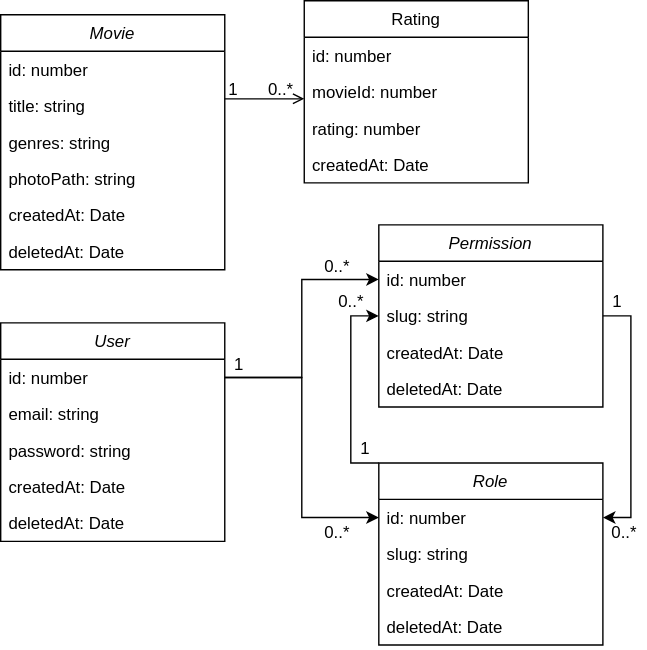
Before: classes_diagram.svg, a diagram exported from draw.io (axellbrendow/movies-loopback). Source tidied: cells renumbered, new cells last; positions are measured from the earlier drawing's top-left corner, leaving out a move shared by most shapes.
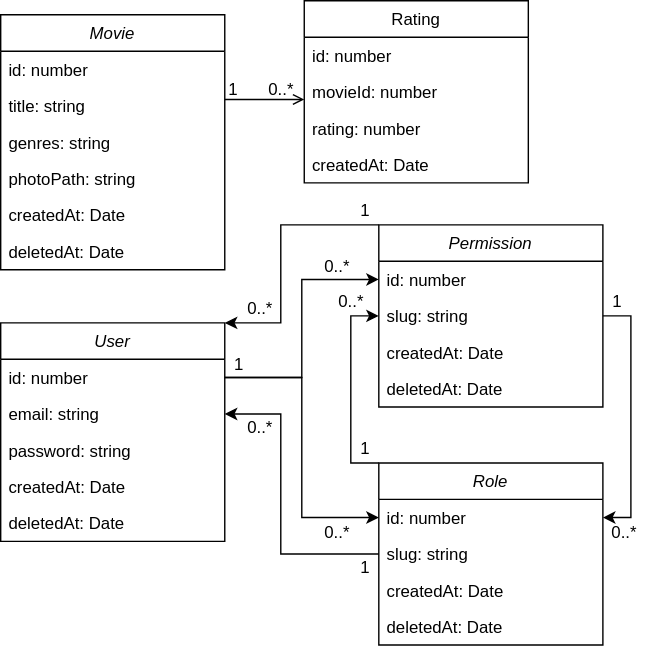
The same diagram one commit later.

Commit message:
Update classes diagram

- add n to n relation between user and role
- add n to n relation between user and permission

What changed in the source:
```diff
@@ -71,7 +71,7 @@
     <mxCell id="22" value="deletedAt: Date" style="text;align=left;verticalAlign=top;spacingLeft=4;spacingRight=4;overflow=hidden;rounded=0;shadow=0;html=0;" parent="17" vertex="1">
       <mxGeometry y="130" width="160" height="26" as="geometry" />
     </mxCell>
-    <mxCell id="23" style="edgeStyle=orthogonalEdgeStyle;rounded=0;jettySize=auto;html=1;exitX=0;exitY=0;exitDx=0;exitDy=0;entryX=0;entryY=0.5;entryDx=0;entryDy=0;" parent="1" edge="1" source="24" target="31">
+    <mxCell id="23" style="edgeStyle=orthogonalEdgeStyle;rounded=0;jettySize=auto;html=1;exitX=0;exitY=0;exitDx=0;exitDy=0;entryX=0;entryY=0.5;entryDx=0;entryDy=0;" parent="1" edge="1" source="24" target="32">
       <mxGeometry relative="1" as="geometry">
         <Array as="points">
           <mxPoint x="250" y="330" />
@@ -94,50 +94,78 @@
     <mxCell id="28" value="deletedAt: Date" style="text;align=left;verticalAlign=top;spacingLeft=4;spacingRight=4;overflow=hidden;rounded=0;shadow=0;html=0;" parent="24" vertex="1">
       <mxGeometry y="104" width="160" height="26" as="geometry" />
     </mxCell>
-    <mxCell id="29" value="Permission" style="swimlane;fontStyle=2;align=center;verticalAlign=top;horizontal=1;startSize=26;rounded=0;shadow=0;strokeWidth=1;" parent="1" vertex="1">
-      <mxGeometry x="270" y="160" width="160" height="130" as="geometry" />
+    <mxCell id="29" style="edgeStyle=orthogonalEdgeStyle;rounded=0;jettySize=auto;html=1;exitX=0;exitY=0;exitDx=0;exitDy=0;entryX=1;entryY=0;entryDx=0;entryDy=0;" parent="1" edge="1" source="30" target="17">
+      <mxGeometry relative="1" as="geometry">
+        <Array as="points">
+          <mxPoint x="200" y="160" />
+          <mxPoint x="200" y="230" />
+        </Array>
+      </mxGeometry>
     </mxCell>
-    <mxCell id="30" value="id: number" style="text;align=left;verticalAlign=top;spacingLeft=4;spacingRight=4;overflow=hidden;points=[[0,0.5],[1,0.5]];portConstraint=eastwest;" parent="29" vertex="1">
-      <mxGeometry y="26" width="160" height="26" as="geometry" />
+    <mxCell id="30" value="Permission" style="swimlane;fontStyle=2;align=center;verticalAlign=top;horizontal=1;startSize=26;rounded=0;shadow=0;strokeWidth=1;" parent="1" vertex="1">
+      <mxGeometry x="270" y="160" width="160" height="130" as="geometry" />
     </mxCell>
-    <mxCell id="31" value="slug: string" style="text;align=left;verticalAlign=top;spacingLeft=4;spacingRight=4;overflow=hidden;points=[[0,0.5],[1,0.5]];portConstraint=eastwest;rounded=0;shadow=0;html=0;" parent="29" vertex="1">
-      <mxGeometry y="52" width="160" height="26" as="geometry" />
+    <mxCell id="31" value="id: number" style="text;align=left;verticalAlign=top;spacingLeft=4;spacingRight=4;overflow=hidden;points=[[0,0.5],[1,0.5]];portConstraint=eastwest;" parent="30" vertex="1">
+      <mxGeometry y="26" width="160" height="26" as="geometry" />
     </mxCell>
-    <mxCell id="32" value="createdAt: Date" style="text;align=left;verticalAlign=top;spacingLeft=4;spacingRight=4;overflow=hidden;points=[[0,0.5],[1,0.5]];portConstraint=eastwest;rounded=0;shadow=0;html=0;" parent="29" vertex="1">
-      <mxGeometry y="78" width="160" height="26" as="geometry" />
+    <mxCell id="32" value="slug: string" style="text;align=left;verticalAlign=top;spacingLeft=4;spacingRight=4;overflow=hidden;points=[[0,0.5],[1,0.5]];portConstraint=eastwest;rounded=0;shadow=0;html=0;" parent="30" vertex="1">
+      <mxGeometry y="52" width="160" height="26" as="geometry" />
     </mxCell>
-    <mxCell id="33" value="deletedAt: Date" style="text;align=left;verticalAlign=top;spacingLeft=4;spacingRight=4;overflow=hidden;rounded=0;shadow=0;html=0;" parent="29" vertex="1">
-      <mxGeometry y="104" width="160" height="26" as="geometry" />
+    <mxCell id="33" value="createdAt: Date" style="text;align=left;verticalAlign=top;spacingLeft=4;spacingRight=4;overflow=hidden;rounded=0;shadow=0;html=0;" parent="30" vertex="1">
+      <mxGeometry y="78" width="160" height="26" as="geometry" />
     </mxCell>
-    <mxCell id="34" style="edgeStyle=orthogonalEdgeStyle;rounded=0;jettySize=auto;html=1;entryX=0;entryY=0.5;entryDx=0;entryDy=0;" parent="1" edge="1" source="18" target="25">
-      <mxGeometry relative="1" as="geometry" />
+    <mxCell id="34" value="deletedAt: Date" style="text;align=left;verticalAlign=top;spacingLeft=4;spacingRight=4;overflow=hidden;rounded=0;shadow=0;html=0;" parent="30" vertex="1">
+      <mxGeometry y="104" width="160" height="26" as="geometry" />
     </mxCell>
-    <mxCell id="35" style="edgeStyle=orthogonalEdgeStyle;rounded=0;jettySize=auto;html=1;entryX=0;entryY=0.5;entryDx=0;entryDy=0;" parent="1" edge="1" source="18" target="30">
+    <mxCell id="35" style="edgeStyle=orthogonalEdgeStyle;rounded=0;jettySize=auto;html=1;entryX=0;entryY=0.5;entryDx=0;entryDy=0;" parent="1" edge="1" source="18" target="25">
       <mxGeometry relative="1" as="geometry" />
     </mxCell>
-    <mxCell id="36" style="edgeStyle=orthogonalEdgeStyle;rounded=0;jettySize=auto;html=1;exitX=1;exitY=0.5;exitDx=0;exitDy=0;entryX=1;entryY=0.5;entryDx=0;entryDy=0;" parent="1" edge="1" source="31" target="25">
+    <mxCell id="36" style="edgeStyle=orthogonalEdgeStyle;rounded=0;jettySize=auto;html=1;entryX=0;entryY=0.5;entryDx=0;entryDy=0;" parent="1" edge="1" source="18" target="31">
       <mxGeometry relative="1" as="geometry" />
     </mxCell>
-    <mxCell id="37" value="1" style="text;html=1;align=center;verticalAlign=middle;" parent="1" vertex="1">
-      <mxGeometry x="160" y="250" width="20" height="20" as="geometry" />
+    <mxCell id="37" style="edgeStyle=orthogonalEdgeStyle;rounded=0;jettySize=auto;html=1;exitX=1;exitY=0.5;exitDx=0;exitDy=0;entryX=1;entryY=0.5;entryDx=0;entryDy=0;" parent="1" edge="1" source="32" target="25">
+      <mxGeometry relative="1" as="geometry" />
     </mxCell>
-    <mxCell id="38" value="0..*" style="text;html=1;align=center;verticalAlign=middle;" parent="1" vertex="1">
-      <mxGeometry x="225" y="180" width="30" height="20" as="geometry" />
+    <mxCell id="38" value="1" style="text;html=1;align=center;verticalAlign=middle;" parent="1" vertex="1">
+      <mxGeometry x="160" y="250" width="20" height="20" as="geometry" />
     </mxCell>
     <mxCell id="39" value="0..*" style="text;html=1;align=center;verticalAlign=middle;" parent="1" vertex="1">
-      <mxGeometry x="225" y="370" width="30" height="20" as="geometry" />
+      <mxGeometry x="225" y="180" width="30" height="20" as="geometry" />
     </mxCell>
-    <mxCell id="40" value="1" style="text;html=1;align=center;verticalAlign=middle;" parent="1" vertex="1">
-      <mxGeometry x="250" y="310" width="20" height="20" as="geometry" />
+    <mxCell id="40" value="0..*" style="text;html=1;align=center;verticalAlign=middle;" parent="1" vertex="1">
+      <mxGeometry x="225" y="370" width="30" height="20" as="geometry" />
     </mxCell>
     <mxCell id="41" value="1" style="text;html=1;align=center;verticalAlign=middle;" parent="1" vertex="1">
-      <mxGeometry x="430" y="205" width="20" height="20" as="geometry" />
+      <mxGeometry x="250" y="310" width="20" height="20" as="geometry" />
     </mxCell>
-    <mxCell id="42" value="0..*" style="text;html=1;align=center;verticalAlign=middle;" parent="1" vertex="1">
-      <mxGeometry x="235" y="205" width="30" height="20" as="geometry" />
+    <mxCell id="42" value="1" style="text;html=1;align=center;verticalAlign=middle;" parent="1" vertex="1">
+      <mxGeometry x="430" y="205" width="20" height="20" as="geometry" />
     </mxCell>
     <mxCell id="43" value="0..*" style="text;html=1;align=center;verticalAlign=middle;" parent="1" vertex="1">
-      <mxGeometry x="430" y="370" width="30" height="20" as="geometry" />
+      <mxGeometry x="235" y="205" width="30" height="20" as="geometry" />
     </mxCell>
+    <mxCell id="44" value="0..*" style="text;html=1;align=center;verticalAlign=middle;" parent="1" vertex="1">
+      <mxGeometry x="430" y="370" width="30" height="20" as="geometry" />
+    </mxCell>
+    <mxCell id="45" value="1" style="text;html=1;align=center;verticalAlign=middle;" parent="1" vertex="1">
+      <mxGeometry x="250" y="140" width="20" height="20" as="geometry" />
+    </mxCell>
+    <mxCell id="46" value="0..*" style="text;html=1;align=center;verticalAlign=middle;" parent="1" vertex="1">
+      <mxGeometry x="170" y="210" width="30" height="20" as="geometry" />
+    </mxCell>
+    <mxCell id="47" style="edgeStyle=orthogonalEdgeStyle;rounded=0;jettySize=auto;html=1;exitX=0;exitY=0.5;exitDx=0;exitDy=0;entryX=1;entryY=0.5;entryDx=0;entryDy=0;" parent="1" edge="1" source="26" target="19">
+      <mxGeometry relative="1" as="geometry">
+        <Array as="points">
+          <mxPoint x="200" y="395" />
+          <mxPoint x="200" y="295" />
+        </Array>
+      </mxGeometry>
+    </mxCell>
+    <mxCell id="48" value="0..*" style="text;html=1;align=center;verticalAlign=middle;" parent="1" vertex="1">
+      <mxGeometry x="170" y="295" width="30" height="20" as="geometry" />
+    </mxCell>
+    <mxCell id="49" value="1" style="text;html=1;align=center;verticalAlign=middle;" parent="1" vertex="1">
+      <mxGeometry x="250" y="395" width="20" height="20" as="geometry" />
+    </mxCell>
   </root>
 </mxGraphModel>
```
